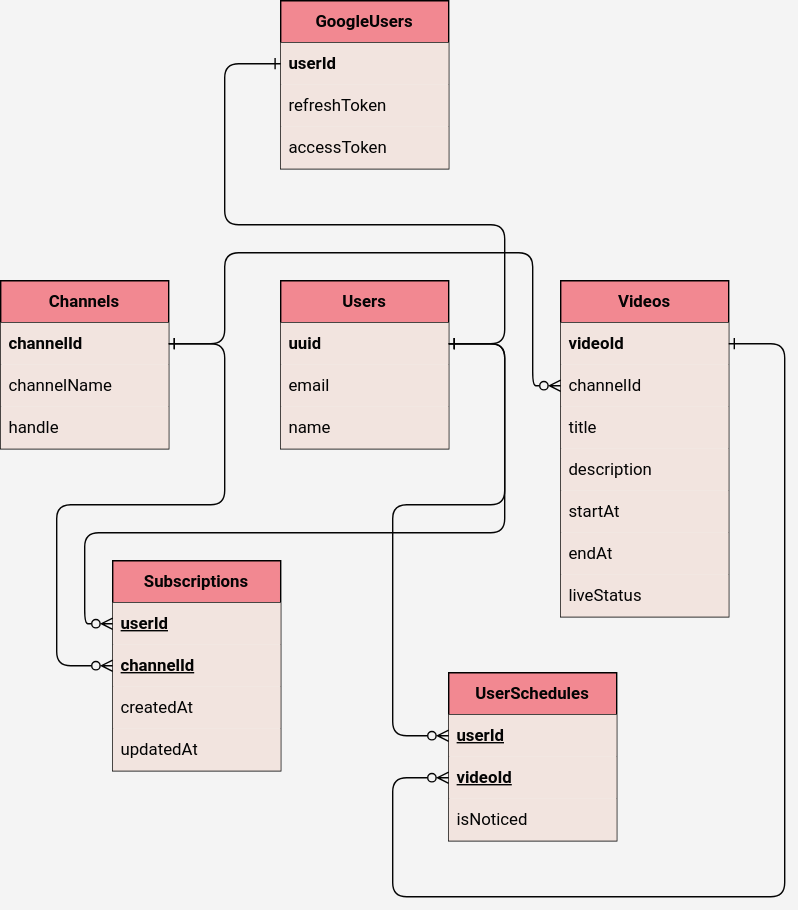
This is database/schema.drawio.svg from hikuohiku/livetable, a draw.io export, as it was before one commit. Source tidied: cells renumbered, new cells last; positions are measured from the earlier drawing's top-left corner, leaving out a move shared by most shapes.
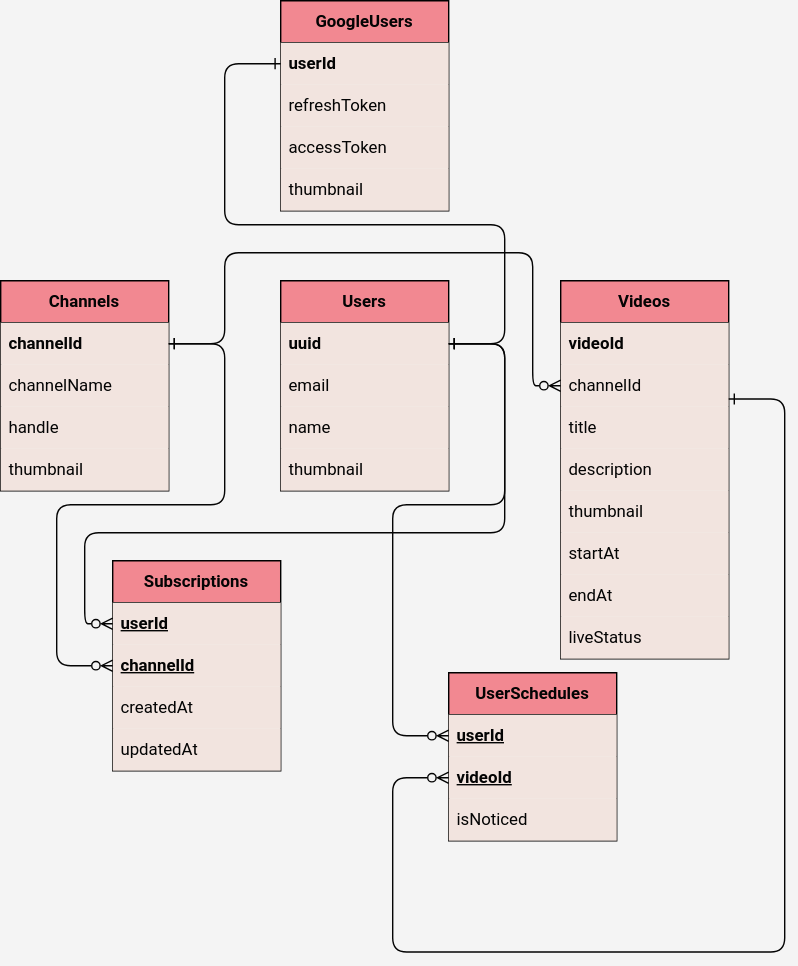
After the change.

Commit message:
up: `prisma/schema.prisma`, `database/schema.drawio.svg` DBスキーマの変更

What changed in the source:
```diff
@@ -3,7 +3,7 @@
     <mxCell id="0" />
     <mxCell id="1" parent="0" />
     <mxCell id="2" value="&lt;b&gt;GoogleUsers&lt;/b&gt;" style="swimlane;fontStyle=0;horizontal=1;startSize=30;whiteSpace=wrap;html=1;fillColor=#F28891;fontFamily=Roboto ;fontSource=https%3A%2F%2Ffonts.googleapis.com%2Fcss%3Ffamily%3DRoboto%2B;fontColor=#040404;" parent="1" vertex="1">
-      <mxGeometry x="200" width="120" height="120" as="geometry" />
+      <mxGeometry x="200" width="120" height="150" as="geometry" />
     </mxCell>
     <mxCell id="3" value="&lt;b&gt;userId&lt;/b&gt;" style="text;strokeColor=none;fillColor=#F2E4DF;align=left;verticalAlign=middle;spacingLeft=4;spacingRight=4;overflow=hidden;points=[[0,0.5],[1,0.5]];portConstraint=eastwest;whiteSpace=wrap;html=1;fontFamily=Roboto ;fontSource=https%3A%2F%2Ffonts.googleapis.com%2Fcss%3Ffamily%3DRoboto%2B;fontStyle=0;fontColor=#040404;" parent="2" vertex="1">
       <mxGeometry y="30" width="120" height="30" as="geometry" />
@@ -14,8 +14,11 @@
     <mxCell id="5" value="accessToken" style="text;strokeColor=none;fillColor=#F2E4DF;align=left;verticalAlign=middle;spacingLeft=4;spacingRight=4;overflow=hidden;whiteSpace=wrap;html=1;fontFamily=Roboto ;fontSource=https%3A%2F%2Ffonts.googleapis.com%2Fcss%3Ffamily%3DRoboto%2B;fontStyle=0;fontColor=#040404;" parent="2" vertex="1">
       <mxGeometry y="90" width="120" height="30" as="geometry" />
     </mxCell>
+    <mxCell id="37" value="thumbnail" style="text;strokeColor=none;fillColor=#F2E4DF;align=left;verticalAlign=middle;spacingLeft=4;spacingRight=4;overflow=hidden;whiteSpace=wrap;html=1;fontFamily=Roboto ;fontSource=https%3A%2F%2Ffonts.googleapis.com%2Fcss%3Ffamily%3DRoboto%2B;fontStyle=0;fontColor=#040404;" parent="2" vertex="1">
+      <mxGeometry y="120" width="120" height="30" as="geometry" />
+    </mxCell>
     <mxCell id="6" value="&lt;b&gt;Users&lt;/b&gt;" style="swimlane;fontStyle=0;horizontal=1;startSize=30;whiteSpace=wrap;html=1;fillColor=#F28891;fontFamily=Roboto ;fontSource=https%3A%2F%2Ffonts.googleapis.com%2Fcss%3Ffamily%3DRoboto%2B;fontColor=#040404;" parent="1" vertex="1">
-      <mxGeometry x="200" y="200" width="120" height="120" as="geometry" />
+      <mxGeometry x="200" y="200" width="120" height="150" as="geometry" />
     </mxCell>
     <mxCell id="7" value="&lt;b&gt;uuid&lt;/b&gt;" style="text;strokeColor=none;fillColor=#F2E4DF;align=left;verticalAlign=middle;spacingLeft=4;spacingRight=4;overflow=hidden;points=[[0,0.5],[1,0.5]];portConstraint=eastwest;whiteSpace=wrap;html=1;fontFamily=Roboto ;fontSource=https%3A%2F%2Ffonts.googleapis.com%2Fcss%3Ffamily%3DRoboto%2B;fontStyle=0;fontColor=#040404;" parent="6" vertex="1">
       <mxGeometry y="30" width="120" height="30" as="geometry" />
@@ -26,8 +29,11 @@
     <mxCell id="9" value="name" style="text;strokeColor=none;fillColor=#F2E4DF;align=left;verticalAlign=middle;spacingLeft=4;spacingRight=4;overflow=hidden;whiteSpace=wrap;html=1;fontFamily=Roboto ;fontSource=https%3A%2F%2Ffonts.googleapis.com%2Fcss%3Ffamily%3DRoboto%2B;fontStyle=0;fontColor=#040404;" parent="6" vertex="1">
       <mxGeometry y="90" width="120" height="30" as="geometry" />
     </mxCell>
+    <mxCell id="38" value="thumbnail" style="text;strokeColor=none;fillColor=#F2E4DF;align=left;verticalAlign=middle;spacingLeft=4;spacingRight=4;overflow=hidden;whiteSpace=wrap;html=1;fontFamily=Roboto ;fontSource=https%3A%2F%2Ffonts.googleapis.com%2Fcss%3Ffamily%3DRoboto%2B;fontStyle=0;fontColor=#040404;" parent="6" vertex="1">
+      <mxGeometry y="120" width="120" height="30" as="geometry" />
+    </mxCell>
     <mxCell id="10" value="&lt;b&gt;Channels&lt;/b&gt;" style="swimlane;fontStyle=0;horizontal=1;startSize=30;whiteSpace=wrap;html=1;fillColor=#F28891;fontFamily=Roboto ;fontSource=https%3A%2F%2Ffonts.googleapis.com%2Fcss%3Ffamily%3DRoboto%2B;fontColor=#040404;" parent="1" vertex="1">
-      <mxGeometry y="200" width="120" height="120" as="geometry" />
+      <mxGeometry y="200" width="120" height="150" as="geometry" />
     </mxCell>
     <mxCell id="11" value="&lt;b&gt;channelId&lt;/b&gt;" style="text;strokeColor=none;fillColor=#F2E4DF;align=left;verticalAlign=middle;spacingLeft=4;spacingRight=4;overflow=hidden;points=[[0,0.5],[1,0.5]];portConstraint=eastwest;whiteSpace=wrap;html=1;fontFamily=Roboto ;fontSource=https%3A%2F%2Ffonts.googleapis.com%2Fcss%3Ffamily%3DRoboto%2B;fontStyle=0;fontColor=#040404;" parent="10" vertex="1">
       <mxGeometry y="30" width="120" height="30" as="geometry" />
@@ -38,6 +44,9 @@
     <mxCell id="13" value="handle" style="text;strokeColor=none;fillColor=#F2E4DF;align=left;verticalAlign=middle;spacingLeft=4;spacingRight=4;overflow=hidden;whiteSpace=wrap;html=1;fontFamily=Roboto ;fontSource=https%3A%2F%2Ffonts.googleapis.com%2Fcss%3Ffamily%3DRoboto%2B;fontStyle=0;fontColor=#040404;" parent="10" vertex="1">
       <mxGeometry y="90" width="120" height="30" as="geometry" />
     </mxCell>
+    <mxCell id="39" value="thumbnail" style="text;strokeColor=none;fillColor=#F2E4DF;align=left;verticalAlign=middle;spacingLeft=4;spacingRight=4;overflow=hidden;whiteSpace=wrap;html=1;fontFamily=Roboto ;fontSource=https%3A%2F%2Ffonts.googleapis.com%2Fcss%3Ffamily%3DRoboto%2B;fontStyle=0;fontColor=#040404;" parent="10" vertex="1">
+      <mxGeometry y="120" width="120" height="30" as="geometry" />
+    </mxCell>
     <mxCell id="14" value="&lt;b&gt;Subscriptions&lt;/b&gt;" style="swimlane;fontStyle=0;horizontal=1;startSize=30;whiteSpace=wrap;html=1;fillColor=#F28891;fontFamily=Roboto ;fontSource=https%3A%2F%2Ffonts.googleapis.com%2Fcss%3Ffamily%3DRoboto%2B;fontColor=#040404;" parent="1" vertex="1">
       <mxGeometry x="80" y="400" width="120" height="150" as="geometry" />
     </mxCell>
@@ -54,7 +63,7 @@
       <mxGeometry y="120" width="120" height="30" as="geometry" />
     </mxCell>
     <mxCell id="19" value="&lt;b&gt;Videos&lt;/b&gt;" style="swimlane;fontStyle=0;horizontal=1;startSize=30;whiteSpace=wrap;html=1;fillColor=#F28891;fontFamily=Roboto ;fontSource=https%3A%2F%2Ffonts.googleapis.com%2Fcss%3Ffamily%3DRoboto%2B;fontColor=#040404;" parent="1" vertex="1">
-      <mxGeometry x="400" y="200" width="120" height="240" as="geometry" />
+      <mxGeometry x="400" y="200" width="120" height="270" as="geometry" />
     </mxCell>
     <mxCell id="20" value="&lt;b&gt;videoId&lt;/b&gt;" style="text;strokeColor=none;fillColor=#F2E4DF;align=left;verticalAlign=middle;spacingLeft=4;spacingRight=4;overflow=hidden;points=[[0,0.5],[1,0.5]];portConstraint=eastwest;whiteSpace=wrap;html=1;fontFamily=Roboto ;fontSource=https%3A%2F%2Ffonts.googleapis.com%2Fcss%3Ffamily%3DRoboto%2B;fontStyle=0;fontColor=#040404;" parent="19" vertex="1">
       <mxGeometry y="30" width="120" height="30" as="geometry" />
@@ -68,14 +77,17 @@
     <mxCell id="23" value="description" style="text;strokeColor=none;fillColor=#F2E4DF;align=left;verticalAlign=middle;spacingLeft=4;spacingRight=4;overflow=hidden;whiteSpace=wrap;html=1;fontFamily=Roboto ;fontSource=https%3A%2F%2Ffonts.googleapis.com%2Fcss%3Ffamily%3DRoboto%2B;fontStyle=0;fontColor=#040404;" parent="19" vertex="1">
       <mxGeometry y="120" width="120" height="30" as="geometry" />
     </mxCell>
+    <mxCell id="40" value="thumbnail" style="text;strokeColor=none;fillColor=#F2E4DF;align=left;verticalAlign=middle;spacingLeft=4;spacingRight=4;overflow=hidden;whiteSpace=wrap;html=1;fontFamily=Roboto ;fontSource=https%3A%2F%2Ffonts.googleapis.com%2Fcss%3Ffamily%3DRoboto%2B;fontStyle=0;fontColor=#040404;" parent="19" vertex="1">
+      <mxGeometry y="150" width="120" height="30" as="geometry" />
+    </mxCell>
     <mxCell id="24" value="startAt" style="text;strokeColor=none;fillColor=#F2E4DF;align=left;verticalAlign=middle;spacingLeft=4;spacingRight=4;overflow=hidden;whiteSpace=wrap;html=1;fontFamily=Roboto ;fontSource=https%3A%2F%2Ffonts.googleapis.com%2Fcss%3Ffamily%3DRoboto%2B;fontStyle=0;fontColor=#040404;" parent="19" vertex="1">
-      <mxGeometry y="150" width="120" height="30" as="geometry" />
+      <mxGeometry y="180" width="120" height="30" as="geometry" />
     </mxCell>
     <mxCell id="25" value="endAt" style="text;strokeColor=none;fillColor=#F2E4DF;align=left;verticalAlign=middle;spacingLeft=4;spacingRight=4;overflow=hidden;whiteSpace=wrap;html=1;fontFamily=Roboto ;fontSource=https%3A%2F%2Ffonts.googleapis.com%2Fcss%3Ffamily%3DRoboto%2B;fontStyle=0;fontColor=#040404;" parent="19" vertex="1">
-      <mxGeometry y="180" width="120" height="30" as="geometry" />
+      <mxGeometry y="210" width="120" height="30" as="geometry" />
     </mxCell>
     <mxCell id="26" value="liveStatus" style="text;strokeColor=none;fillColor=#F2E4DF;align=left;verticalAlign=middle;spacingLeft=4;spacingRight=4;overflow=hidden;whiteSpace=wrap;html=1;fontFamily=Roboto ;fontSource=https%3A%2F%2Ffonts.googleapis.com%2Fcss%3Ffamily%3DRoboto%2B;fontStyle=0;fontColor=#040404;" parent="19" vertex="1">
-      <mxGeometry y="210" width="120" height="30" as="geometry" />
+      <mxGeometry y="240" width="120" height="30" as="geometry" />
     </mxCell>
     <mxCell id="27" value="&lt;b&gt;UserSchedules&lt;/b&gt;" style="swimlane;fontStyle=0;horizontal=1;startSize=30;whiteSpace=wrap;html=1;fillColor=#F28891;fontFamily=Roboto ;fontSource=https%3A%2F%2Ffonts.googleapis.com%2Fcss%3Ffamily%3DRoboto%2B;fontColor=#040404;" parent="1" vertex="1">
       <mxGeometry x="320" y="480" width="120" height="120" as="geometry" />
@@ -139,13 +151,14 @@
         </Array>
       </mxGeometry>
     </mxCell>
-    <mxCell id="36" style="endArrow=ERone;html=1;strokeColor=#040404;strokeWidth=1;fontColor=#040404;entryX=1;entryY=0.5;entryDx=0;entryDy=0;exitX=0;exitY=0.5;exitDx=0;exitDy=0;startArrow=ERzeroToMany;startFill=0;endFill=0;" parent="1" edge="1" source="29" target="20">
+    <mxCell id="36" style="endArrow=ERone;html=1;strokeColor=#040404;strokeWidth=1;fontColor=#040404;entryX=1;entryY=0.5;entryDx=0;entryDy=0;exitX=0;exitY=0.5;exitDx=0;exitDy=0;startArrow=ERzeroToMany;startFill=0;endFill=0;" parent="1" edge="1" source="29">
       <mxGeometry relative="1" as="geometry">
+        <mxPoint x="520" y="284.5" as="targetPoint" />
         <Array as="points">
           <mxPoint x="280" y="555" />
-          <mxPoint x="280" y="640" />
-          <mxPoint x="560" y="640" />
-          <mxPoint x="560" y="245" />
+          <mxPoint x="280" y="679.5" />
+          <mxPoint x="560" y="679.5" />
+          <mxPoint x="560" y="284.5" />
         </Array>
       </mxGeometry>
     </mxCell>
```
